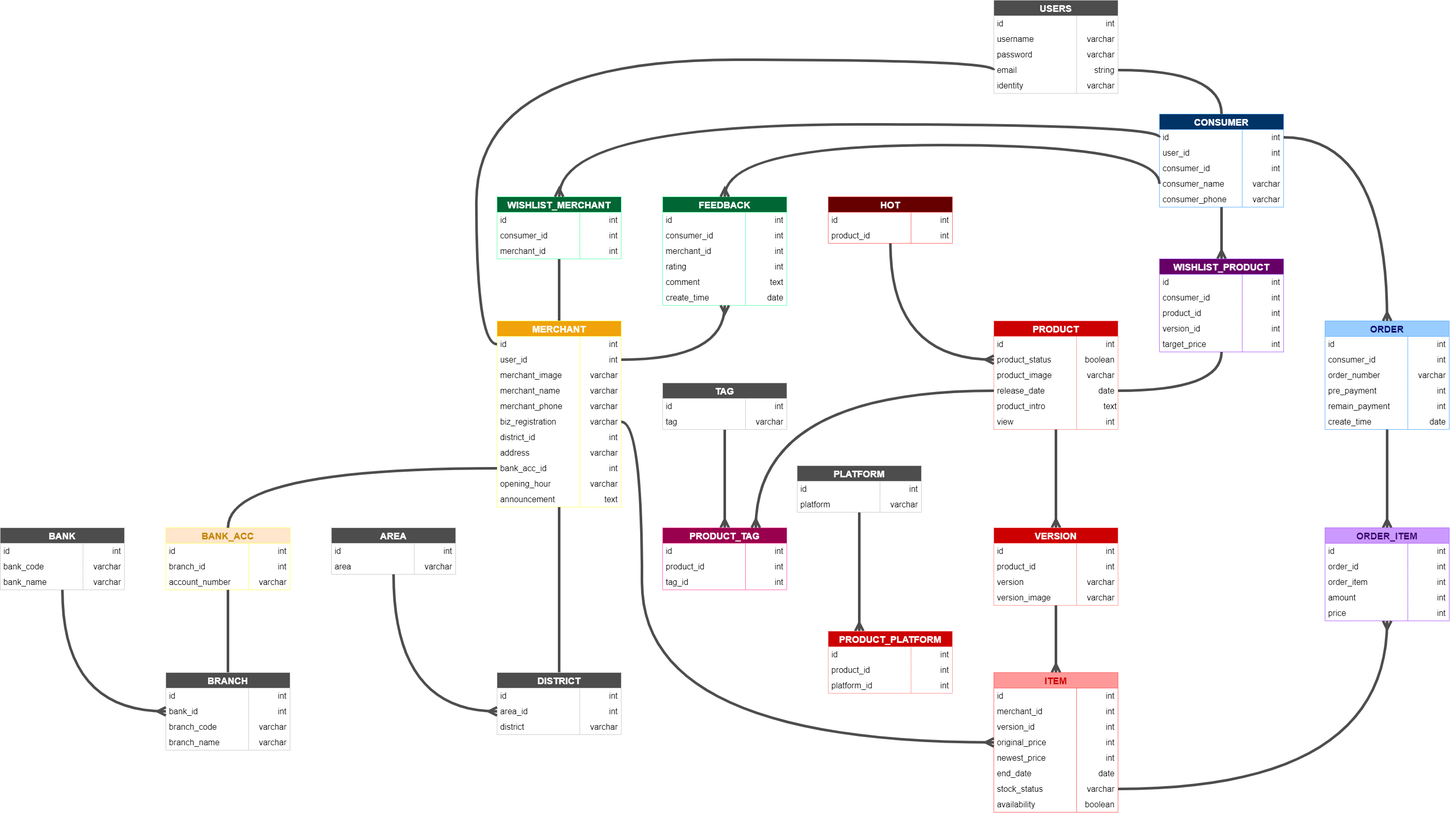
Before: guideline/sql_diagram/erd.png, a diagram exported from draw.io (Wils0nLin/FRD-Project). Source tidied: cells renumbered, new cells last; positions are measured from the earlier drawing's top-left corner, leaving out a move shared by most shapes.
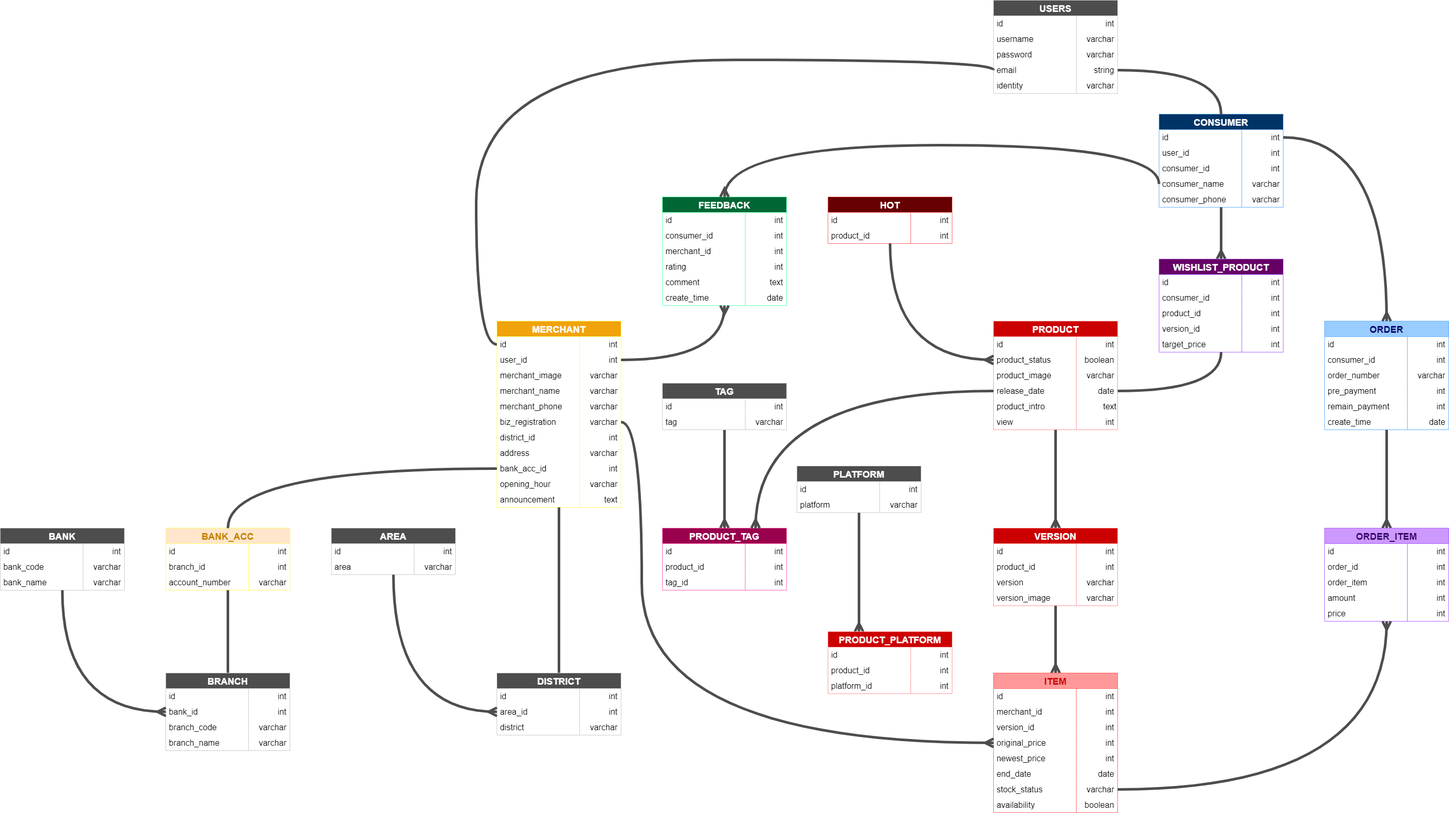
The same diagram one commit later.

The edit, as a diff of the source:
```diff
@@ -314,9 +314,6 @@
     <mxCell id="105" value="int&amp;nbsp;" style="shape=partialRectangle;html=1;whiteSpace=wrap;fillColor=none;top=0;left=0;bottom=0;right=0;align=right;spacingLeft=6;overflow=hidden;fontSize=16;" parent="103" vertex="1">
       <mxGeometry x="160" width="80" height="30" as="geometry" />
     </mxCell>
-    <mxCell id="106" style="edgeStyle=orthogonalEdgeStyle;curved=1;html=1;exitX=0.5;exitY=0;exitDx=0;exitDy=0;strokeColor=#4D4D4D;strokeWidth=5;fontSize=16;fontColor=#C4860A;startArrow=none;startFill=0;endArrow=none;endFill=0;startSize=10;endSize=10;" parent="1" edge="1" source="107" target="141">
-      <mxGeometry relative="1" as="geometry" />
-    </mxCell>
     <mxCell id="107" value="MERCHANT" style="shape=table;startSize=30;rowLines=0;fontStyle=1;fontSize=18;labelBackgroundColor=none;fillColor=#F0A30A;fontColor=#FFFFFF;strokeColor=#FFFF66;swimlaneFillColor=default;" parent="1" vertex="1">
       <mxGeometry x="960" y="620" width="240" height="360" as="geometry" />
     </mxCell>
@@ -419,36 +416,6 @@
     <mxCell id="140" value="text&amp;nbsp;" style="shape=partialRectangle;html=1;whiteSpace=wrap;fillColor=none;top=0;left=0;bottom=0;right=0;align=right;spacingLeft=6;overflow=hidden;fontSize=16;" parent="138" vertex="1">
       <mxGeometry x="160" width="80" height="30" as="geometry" />
     </mxCell>
-    <mxCell id="141" value="WISHLIST_MERCHANT" style="shape=table;startSize=30;rowLines=0;fontStyle=1;fontSize=18;labelBackgroundColor=none;fillColor=#006633;fontColor=#ffffff;strokeColor=#66FFB3;labelBorderColor=none;swimlaneFillColor=default;" parent="1" vertex="1">
-      <mxGeometry x="960" y="380" width="240" height="120" as="geometry" />
-    </mxCell>
-    <mxCell id="142" style="shape=tableRow;horizontal=0;startSize=0;swimlaneHead=0;swimlaneBody=0;top=0;left=0;bottom=0;right=0;fillColor=none;" parent="141" vertex="1">
-      <mxGeometry y="30" width="240" height="30" as="geometry" />
-    </mxCell>
-    <mxCell id="143" value="&amp;nbsp;id" style="shape=partialRectangle;html=1;whiteSpace=wrap;fillColor=none;top=0;left=0;bottom=0;right=0;overflow=hidden;align=left;fontSize=16;" parent="142" vertex="1">
-      <mxGeometry width="160" height="30" as="geometry" />
-    </mxCell>
-    <mxCell id="144" value="int&amp;nbsp;" style="shape=partialRectangle;html=1;whiteSpace=wrap;fillColor=none;top=0;left=0;bottom=0;right=0;align=right;spacingLeft=6;overflow=hidden;fontSize=16;" parent="142" vertex="1">
-      <mxGeometry x="160" width="80" height="30" as="geometry" />
-    </mxCell>
-    <mxCell id="145" style="shape=tableRow;horizontal=0;startSize=0;swimlaneHead=0;swimlaneBody=0;top=0;left=0;bottom=0;right=0;fillColor=none;" parent="141" vertex="1">
-      <mxGeometry y="60" width="240" height="30" as="geometry" />
-    </mxCell>
-    <mxCell id="146" value="&amp;nbsp;consumer_id" style="shape=partialRectangle;html=1;whiteSpace=wrap;fillColor=none;top=0;left=0;bottom=0;right=0;overflow=hidden;align=left;fontSize=16;" parent="145" vertex="1">
-      <mxGeometry width="160" height="30" as="geometry" />
-    </mxCell>
-    <mxCell id="147" value="int&amp;nbsp;" style="shape=partialRectangle;html=1;whiteSpace=wrap;fillColor=none;top=0;left=0;bottom=0;right=0;align=right;spacingLeft=6;overflow=hidden;fontSize=16;" parent="145" vertex="1">
-      <mxGeometry x="160" width="80" height="30" as="geometry" />
-    </mxCell>
-    <mxCell id="148" style="shape=tableRow;horizontal=0;startSize=0;swimlaneHead=0;swimlaneBody=0;top=0;left=0;bottom=0;right=0;fillColor=none;" parent="141" vertex="1">
-      <mxGeometry y="90" width="240" height="30" as="geometry" />
-    </mxCell>
-    <mxCell id="149" value="&amp;nbsp;merchant_id" style="shape=partialRectangle;html=1;whiteSpace=wrap;fillColor=none;top=0;left=0;bottom=0;right=0;overflow=hidden;fontSize=16;align=left;" parent="148" vertex="1">
-      <mxGeometry width="160" height="30" as="geometry" />
-    </mxCell>
-    <mxCell id="150" value="int&amp;nbsp;" style="shape=partialRectangle;html=1;whiteSpace=wrap;fillColor=none;top=0;left=0;bottom=0;right=0;align=right;spacingLeft=6;overflow=hidden;fontSize=16;" parent="148" vertex="1">
-      <mxGeometry x="160" width="80" height="30" as="geometry" />
-    </mxCell>
     <mxCell id="151" value="FEEDBACK" style="shape=table;startSize=30;rowLines=0;fontStyle=1;fontSize=18;labelBackgroundColor=none;fillColor=#006633;fontColor=#ffffff;strokeColor=#66FFB3;labelBorderColor=none;swimlaneFillColor=default;" parent="1" vertex="1">
       <mxGeometry x="1280" y="380" width="240" height="210" as="geometry" />
     </mxCell>
@@ -916,14 +883,6 @@
     <mxCell id="304" style="edgeStyle=orthogonalEdgeStyle;curved=1;html=1;exitX=0;exitY=0.5;exitDx=0;exitDy=0;entryX=0.75;entryY=0;entryDx=0;entryDy=0;strokeColor=#4D4D4D;strokeWidth=5;fontSize=16;fontColor=#C4860A;startArrow=none;startFill=0;endArrow=ERmany;endFill=0;startSize=10;endSize=10;" parent="1" edge="1" source="97" target="203">
       <mxGeometry relative="1" as="geometry" />
     </mxCell>
-    <mxCell id="305" style="edgeStyle=orthogonalEdgeStyle;curved=1;html=1;exitX=0;exitY=0.5;exitDx=0;exitDy=0;entryX=0.5;entryY=0;entryDx=0;entryDy=0;strokeColor=#4D4D4D;strokeWidth=5;fontSize=16;fontColor=#C4860A;startArrow=none;startFill=0;endArrow=ERmany;endFill=0;startSize=10;endSize=10;" parent="1" edge="1" source="19" target="141">
-      <mxGeometry relative="1" as="geometry">
-        <Array as="points">
-          <mxPoint x="2240" y="240" />
-          <mxPoint x="1080" y="240" />
-        </Array>
-      </mxGeometry>
-    </mxCell>
     <mxCell id="306" style="edgeStyle=orthogonalEdgeStyle;curved=1;html=1;exitX=0;exitY=0.5;exitDx=0;exitDy=0;entryX=0.5;entryY=0;entryDx=0;entryDy=0;strokeColor=#4D4D4D;strokeWidth=5;fontSize=16;fontColor=#C4860A;startArrow=none;startFill=0;endArrow=ERmany;endFill=0;startSize=10;endSize=10;" parent="1" edge="1" source="28" target="151">
       <mxGeometry relative="1" as="geometry">
         <Array as="points">
```
